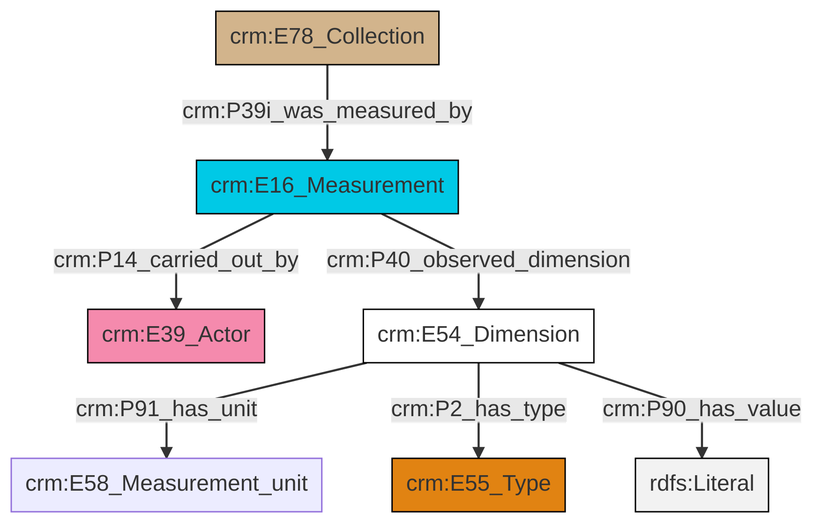
Above: et/archivalCSV/ttl/mmd/png/archival_substance.png in swiss-art-research-net/docs.swissartresearch (Mermaid), before the change. Its source is kept beside it as et/archivalCSV/ttl/mmd/archival_substance.ttl.mmd. Its diagram source:
```mermaid
graph TD
classDef Literal fill:#f2f2f2,stroke:#000000;
classDef CRM_Entity fill:#FFFFFF,stroke:#000000;
classDef Temporal_Entity fill:#00C9E6, stroke:#000000;
classDef Type fill:#E18312, stroke:#000000;
classDef Time-Span fill:#2C9C91, stroke:#000000;
classDef Appellation fill:#FFEB7F, stroke:#000000;
classDef Place fill:#008836, stroke:#000000;
classDef Persistent_Item fill:#B266B2, stroke:#000000;
classDef Conceptual_Object fill:#FFD700, stroke:#000000;
classDef Physical_Thing fill:#D2B48C, stroke:#000000;
classDef Actor fill:#f58aad, stroke:#000000;
classDef PC_Classes fill:#4ce600, stroke:#000000;
classDef Multi fill:#cccccc,stroke:#000000;

0["crm:E78_Collection"]:::Physical_Thing -->|crm:P39i_was_measured_by| 1["crm:E16_Measurement"]:::Temporal_Entity
1["crm:E16_Measurement"]:::Temporal_Entity -->|crm:P14_carried_out_by| 2["crm:E39_Actor"]:::Actor
6["crm:E54_Dimension"]:::CRM_Entity -->|crm:P91_has_unit| 4["crm:E58_Measurement_unit"]:::Default
6["crm:E54_Dimension"]:::CRM_Entity -->|crm:P2_has_type| 7["crm:E55_Type"]:::Type
6["crm:E54_Dimension"]:::CRM_Entity -->|crm:P90_has_value| 8[rdfs:Literal]:::Literal
1["crm:E16_Measurement"]:::Temporal_Entity -->|crm:P40_observed_dimension| 6["crm:E54_Dimension"]:::CRM_Entity
```
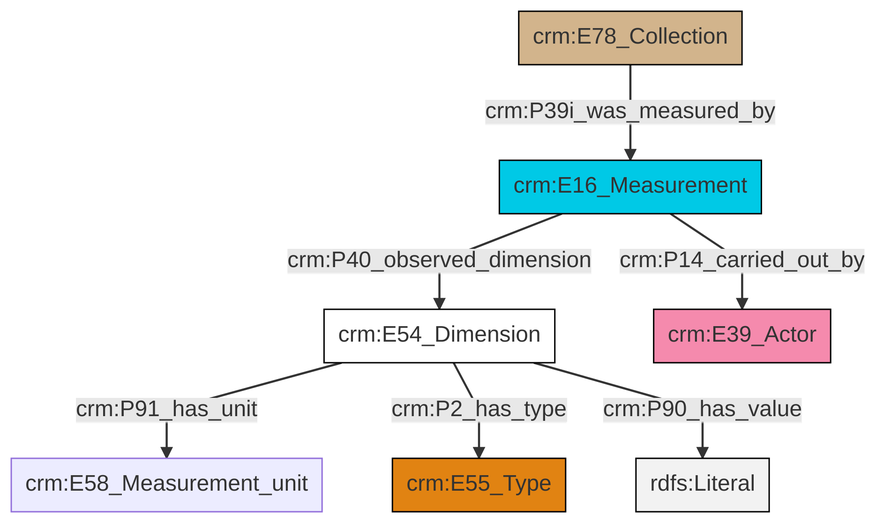
Above is the later version.

What changed in the source:
```diff
@@ -13,9 +13,9 @@
 classDef PC_Classes fill:#4ce600, stroke:#000000;
 classDef Multi fill:#cccccc,stroke:#000000;
 
-0["crm:E78_Collection"]:::Physical_Thing -->|crm:P39i_was_measured_by| 1["crm:E16_Measurement"]:::Temporal_Entity
-1["crm:E16_Measurement"]:::Temporal_Entity -->|crm:P14_carried_out_by| 2["crm:E39_Actor"]:::Actor
-6["crm:E54_Dimension"]:::CRM_Entity -->|crm:P91_has_unit| 4["crm:E58_Measurement_unit"]:::Default
-6["crm:E54_Dimension"]:::CRM_Entity -->|crm:P2_has_type| 7["crm:E55_Type"]:::Type
-6["crm:E54_Dimension"]:::CRM_Entity -->|crm:P90_has_value| 8[rdfs:Literal]:::Literal
-1["crm:E16_Measurement"]:::Temporal_Entity -->|crm:P40_observed_dimension| 6["crm:E54_Dimension"]:::CRM_Entity
+4["crm:E54_Dimension"]:::CRM_Entity -->|crm:P91_has_unit| 0["crm:E58_Measurement_unit"]:::Default
+4["crm:E54_Dimension"]:::CRM_Entity -->|crm:P2_has_type| 2["crm:E55_Type"]:::Type
+4["crm:E54_Dimension"]:::CRM_Entity -->|crm:P90_has_value| 10[rdfs:Literal]:::Literal
+11["crm:E16_Measurement"]:::Temporal_Entity -->|crm:P14_carried_out_by| 5["crm:E39_Actor"]:::Actor
+8["crm:E78_Collection"]:::Physical_Thing -->|crm:P39i_was_measured_by| 11["crm:E16_Measurement"]:::Temporal_Entity
+11["crm:E16_Measurement"]:::Temporal_Entity -->|crm:P40_observed_dimension| 4["crm:E54_Dimension"]:::CRM_Entity
```
